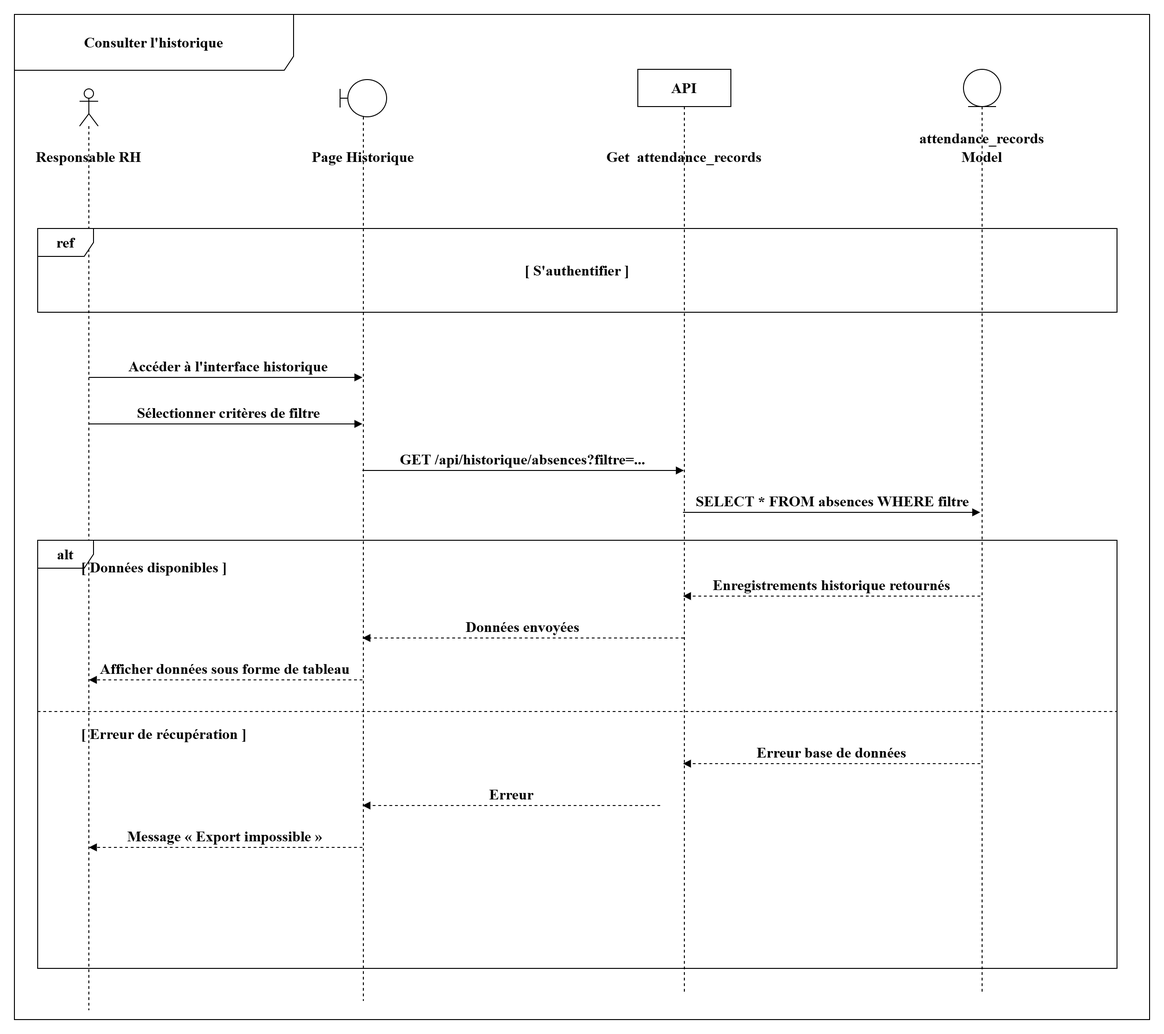
Before: projet/images/digf/ss4/ch.drawio.png, a diagram exported from draw.io (louu7895/pfe). Source tidied: cells renumbered, new cells last; positions are measured from the earlier drawing's top-left corner, leaving out a move shared by most shapes.
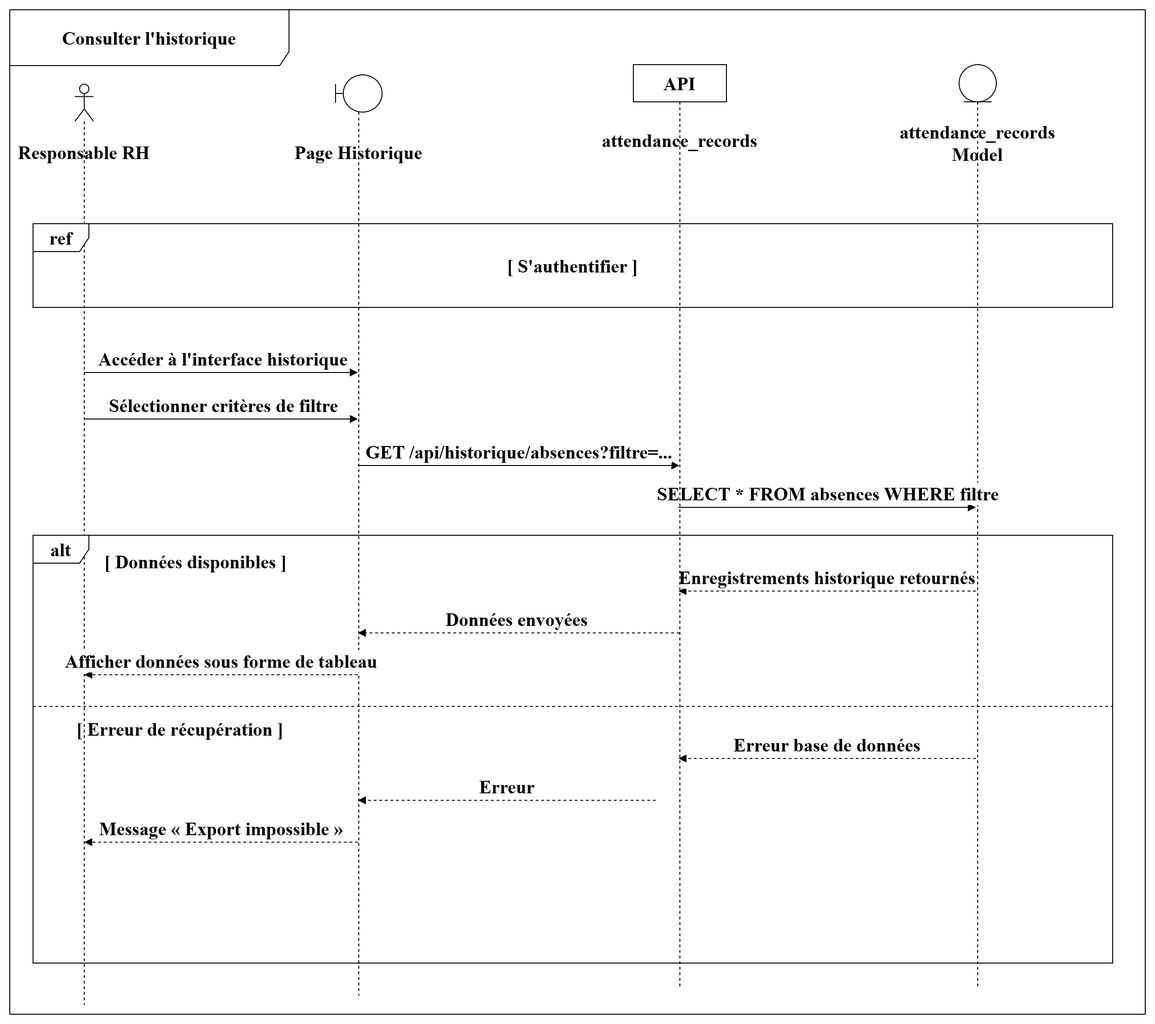
The same diagram one commit later.

Diff of the diagram source:
```diff
@@ -2,109 +2,109 @@
   <root>
     <mxCell id="0" />
     <mxCell id="1" parent="0" />
-    <mxCell id="2" style="shape=umlLifeline;perimeter=lifelinePerimeter;whiteSpace=wrap;html=1;participant=umlActor;fontSize=16;fontFamily=Times New Roman;fontStyle=1;" parent="1" vertex="1">
+    <mxCell id="2" style="shape=umlLifeline;perimeter=lifelinePerimeter;whiteSpace=wrap;html=1;participant=umlActor;fontSize=20;fontFamily=Times New Roman;fontStyle=1;" parent="1" vertex="1">
       <mxGeometry x="70" y="80" width="20" height="990" as="geometry" />
     </mxCell>
-    <mxCell id="3" style="shape=umlLifeline;perimeter=lifelinePerimeter;whiteSpace=wrap;html=1;participant=umlBoundary;fontSize=16;fontFamily=Times New Roman;fontStyle=1;" parent="1" vertex="1">
+    <mxCell id="3" style="shape=umlLifeline;perimeter=lifelinePerimeter;whiteSpace=wrap;html=1;participant=umlBoundary;fontSize=20;fontFamily=Times New Roman;fontStyle=1;" parent="1" vertex="1">
       <mxGeometry x="350" y="70" width="50" height="990" as="geometry" />
     </mxCell>
-    <mxCell id="4" style="shape=umlLifeline;perimeter=lifelinePerimeter;whiteSpace=wrap;html=1;participant=umlEntity;fontSize=16;fontFamily=Times New Roman;fontStyle=1;" parent="1" vertex="1">
+    <mxCell id="4" style="shape=umlLifeline;perimeter=lifelinePerimeter;whiteSpace=wrap;html=1;participant=umlEntity;fontSize=20;fontFamily=Times New Roman;fontStyle=1;" parent="1" vertex="1">
       <mxGeometry x="1020" y="59" width="40" height="991" as="geometry" />
     </mxCell>
-    <mxCell id="5" value="Responsable RH" style="text;html=1;whiteSpace=wrap;strokeColor=none;fillColor=none;align=center;verticalAlign=middle;rounded=0;fontSize=16;fontStyle=1;fontFamily=Times New Roman;" parent="1" vertex="1">
+    <mxCell id="5" value="Responsable RH" style="text;html=1;whiteSpace=wrap;strokeColor=none;fillColor=none;align=center;verticalAlign=middle;rounded=0;fontSize=20;fontStyle=1;fontFamily=Times New Roman;" parent="1" vertex="1">
       <mxGeometry y="140" width="160" height="25" as="geometry" />
     </mxCell>
-    <mxCell id="6" value="Page Historique" style="text;html=1;whiteSpace=wrap;strokeColor=none;fillColor=none;align=center;verticalAlign=middle;rounded=0;fontSize=16;fontStyle=1;fontFamily=Times New Roman;" parent="1" vertex="1">
+    <mxCell id="6" value="Page Historique" style="text;html=1;whiteSpace=wrap;strokeColor=none;fillColor=none;align=center;verticalAlign=middle;rounded=0;fontSize=20;fontStyle=1;fontFamily=Times New Roman;" parent="1" vertex="1">
       <mxGeometry x="255" y="140" width="240" height="25" as="geometry" />
     </mxCell>
-    <mxCell id="7" value="Get&amp;nbsp;&amp;nbsp;attendance_records" style="text;html=1;whiteSpace=wrap;strokeColor=none;fillColor=none;align=center;verticalAlign=middle;rounded=0;fontSize=16;fontStyle=1;fontFamily=Times New Roman;" parent="1" vertex="1">
-      <mxGeometry x="660" y="140" width="120" height="25" as="geometry" />
+    <mxCell id="7" value="&amp;nbsp; attendance_records" style="text;html=1;whiteSpace=wrap;strokeColor=none;fillColor=none;align=center;verticalAlign=middle;rounded=0;fontSize=20;fontStyle=1;fontFamily=Times New Roman;" parent="1" vertex="1">
+      <mxGeometry x="660" y="115" width="120" height="25" as="geometry" />
     </mxCell>
-    <mxCell id="8" value="attendance_records Model" style="text;html=1;whiteSpace=wrap;strokeColor=none;fillColor=none;align=center;verticalAlign=middle;rounded=0;fontSize=16;fontStyle=1;fontFamily=Times New Roman;" parent="1" vertex="1">
+    <mxCell id="8" value="attendance_records Model" style="text;html=1;whiteSpace=wrap;strokeColor=none;fillColor=none;align=center;verticalAlign=middle;rounded=0;fontSize=20;fontStyle=1;fontFamily=Times New Roman;" parent="1" vertex="1">
       <mxGeometry x="955" y="130" width="170" height="25" as="geometry" />
     </mxCell>
-    <mxCell id="9" value="Consulter l'historique" style="shape=umlFrame;whiteSpace=wrap;html=1;width=300;height=60;fontSize=16;fontFamily=Times New Roman;fontStyle=1;" parent="1" vertex="1">
+    <mxCell id="9" value="Consulter l'historique" style="shape=umlFrame;whiteSpace=wrap;html=1;width=300;height=60;fontSize=20;fontFamily=Times New Roman;fontStyle=1;" parent="1" vertex="1">
       <mxGeometry width="1220" height="1080" as="geometry" />
     </mxCell>
-    <mxCell id="10" value="ref" style="shape=umlFrame;whiteSpace=wrap;html=1;fontSize=16;fontFamily=Times New Roman;fontStyle=1;" parent="1" vertex="1">
+    <mxCell id="10" value="ref" style="shape=umlFrame;whiteSpace=wrap;html=1;fontSize=20;fontFamily=Times New Roman;fontStyle=1;" parent="1" vertex="1">
       <mxGeometry x="25" y="230" width="1160" height="90" as="geometry" />
     </mxCell>
-    <mxCell id="11" value="[ S'authentifier ]" style="text;html=1;whiteSpace=wrap;strokeColor=none;fillColor=none;align=center;verticalAlign=middle;rounded=0;fontSize=16;fontStyle=1;fontFamily=Times New Roman;" parent="1" vertex="1">
+    <mxCell id="11" value="[ S'authentifier ]" style="text;html=1;whiteSpace=wrap;strokeColor=none;fillColor=none;align=center;verticalAlign=middle;rounded=0;fontSize=20;fontStyle=1;fontFamily=Times New Roman;" parent="1" vertex="1">
       <mxGeometry x="505" y="260" width="200" height="30" as="geometry" />
     </mxCell>
-    <mxCell id="12" value="&amp;nbsp;Accéder à l'interface historique" style="html=1;verticalAlign=bottom;endArrow=block;curved=0;rounded=0;fontSize=16;fontFamily=Times New Roman;fontStyle=1;" parent="1" edge="1">
+    <mxCell id="12" value="&amp;nbsp;Accéder à l'interface historique" style="html=1;verticalAlign=bottom;endArrow=block;curved=0;rounded=0;fontSize=20;fontFamily=Times New Roman;fontStyle=1;" parent="1" edge="1">
       <mxGeometry relative="1" as="geometry">
         <mxPoint x="80" y="390" as="sourcePoint" />
         <mxPoint x="374" y="390" as="targetPoint" />
       </mxGeometry>
     </mxCell>
-    <mxCell id="13" value="&amp;nbsp;Sélectionner critères de filtre" style="html=1;verticalAlign=bottom;endArrow=block;curved=0;rounded=0;fontSize=16;fontFamily=Times New Roman;fontStyle=1;" parent="1" edge="1">
+    <mxCell id="13" value="&amp;nbsp;Sélectionner critères de filtre" style="html=1;verticalAlign=bottom;endArrow=block;curved=0;rounded=0;fontSize=20;fontFamily=Times New Roman;fontStyle=1;" parent="1" edge="1">
       <mxGeometry relative="1" as="geometry">
         <mxPoint x="80" y="440" as="sourcePoint" />
         <mxPoint x="374" y="440" as="targetPoint" />
       </mxGeometry>
     </mxCell>
-    <mxCell id="14" value="GET /api/historique/absences?filtre=..." style="html=1;verticalAlign=bottom;endArrow=block;curved=0;rounded=0;fontSize=16;fontFamily=Times New Roman;fontStyle=1;" parent="1" edge="1">
+    <mxCell id="14" value="GET /api/historique/absences?filtre=..." style="html=1;verticalAlign=bottom;endArrow=block;curved=0;rounded=0;fontSize=20;fontFamily=Times New Roman;fontStyle=1;" parent="1" edge="1">
       <mxGeometry relative="1" as="geometry">
         <mxPoint x="374" y="490" as="sourcePoint" />
         <mxPoint x="719.5" y="490" as="targetPoint" />
       </mxGeometry>
     </mxCell>
-    <mxCell id="15" value="SELECT * FROM absences WHERE filtre" style="html=1;verticalAlign=bottom;endArrow=block;curved=0;rounded=0;fontSize=16;fontFamily=Times New Roman;fontStyle=1;" parent="1" edge="1">
+    <mxCell id="15" value="SELECT * FROM absences WHERE filtre" style="html=1;verticalAlign=bottom;endArrow=block;curved=0;rounded=0;fontSize=20;fontFamily=Times New Roman;fontStyle=1;" parent="1" edge="1">
       <mxGeometry relative="1" as="geometry">
         <mxPoint x="718.5" y="535" as="sourcePoint" />
         <mxPoint x="1038" y="535" as="targetPoint" />
       </mxGeometry>
     </mxCell>
-    <mxCell id="16" value="alt" style="shape=umlFrame;whiteSpace=wrap;html=1;fontSize=16;fontFamily=Times New Roman;fontStyle=1;" parent="1" vertex="1">
+    <mxCell id="16" value="alt" style="shape=umlFrame;whiteSpace=wrap;html=1;fontSize=20;fontFamily=Times New Roman;fontStyle=1;" parent="1" vertex="1">
       <mxGeometry x="25" y="565" width="1160" height="460" as="geometry" />
     </mxCell>
-    <mxCell id="17" value="[ Données disponibles ]" style="text;html=1;whiteSpace=wrap;strokeColor=none;fillColor=none;align=left;verticalAlign=middle;rounded=0;fontSize=16;fontStyle=1;fontFamily=Times New Roman;" parent="1" vertex="1">
-      <mxGeometry x="70" y="581" width="240" height="25" as="geometry" />
+    <mxCell id="17" value="[ Données disponibles ]" style="text;html=1;whiteSpace=wrap;strokeColor=none;fillColor=none;align=left;verticalAlign=middle;rounded=0;fontSize=20;fontStyle=1;fontFamily=Times New Roman;" parent="1" vertex="1">
+      <mxGeometry x="100" y="580" width="240" height="25" as="geometry" />
     </mxCell>
-    <mxCell id="18" value="Enregistrements historique retournés" style="html=1;verticalAlign=bottom;endArrow=block;curved=1;rounded=0;dashed=1;fontSize=16;fontFamily=Times New Roman;fontStyle=1;" parent="1" edge="1">
+    <mxCell id="18" value="Enregistrements historique retournés" style="html=1;verticalAlign=bottom;endArrow=block;curved=1;rounded=0;dashed=1;fontSize=20;fontFamily=Times New Roman;fontStyle=1;" parent="1" edge="1">
       <mxGeometry relative="1" as="geometry">
         <mxPoint x="1038" y="625" as="sourcePoint" />
         <mxPoint x="718.5" y="625" as="targetPoint" />
       </mxGeometry>
     </mxCell>
-    <mxCell id="19" value="Données envoyées&amp;nbsp;" style="html=1;verticalAlign=bottom;endArrow=block;curved=1;rounded=0;dashed=1;fontSize=16;fontFamily=Times New Roman;fontStyle=1;" parent="1" edge="1">
+    <mxCell id="19" value="Données envoyées&amp;nbsp;" style="html=1;verticalAlign=bottom;endArrow=block;curved=1;rounded=0;dashed=1;fontSize=20;fontFamily=Times New Roman;fontStyle=1;" parent="1" edge="1">
       <mxGeometry relative="1" as="geometry">
         <mxPoint x="719.5" y="670" as="sourcePoint" />
         <mxPoint x="374" y="670" as="targetPoint" />
       </mxGeometry>
     </mxCell>
-    <mxCell id="20" value="Afficher données sous forme de tableau" style="html=1;verticalAlign=bottom;endArrow=block;curved=1;rounded=0;dashed=1;fontSize=16;fontFamily=Times New Roman;fontStyle=1;" parent="1" edge="1">
+    <mxCell id="20" value="Afficher données sous forme de tableau" style="html=1;verticalAlign=bottom;endArrow=block;curved=1;rounded=0;dashed=1;fontSize=20;fontFamily=Times New Roman;fontStyle=1;" parent="1" edge="1">
       <mxGeometry relative="1" as="geometry">
         <mxPoint x="374" y="715" as="sourcePoint" />
         <mxPoint x="80" y="715" as="targetPoint" />
       </mxGeometry>
     </mxCell>
-    <mxCell id="21" style="line;strokeWidth=1;fillColor=none;dashed=1;fontSize=16;fontFamily=Times New Roman;fontStyle=1;" parent="1" vertex="1">
+    <mxCell id="21" style="line;strokeWidth=1;fillColor=none;dashed=1;fontSize=20;fontFamily=Times New Roman;fontStyle=1;" parent="1" vertex="1">
       <mxGeometry x="25" y="745" width="1160" height="8" as="geometry" />
     </mxCell>
-    <mxCell id="22" value="[ Erreur de récupération ]" style="text;html=1;whiteSpace=wrap;strokeColor=none;fillColor=none;align=left;verticalAlign=middle;rounded=0;fontSize=16;fontStyle=1;fontFamily=Times New Roman;" parent="1" vertex="1">
+    <mxCell id="22" value="[ Erreur de récupération ]" style="text;html=1;whiteSpace=wrap;strokeColor=none;fillColor=none;align=left;verticalAlign=middle;rounded=0;fontSize=20;fontStyle=1;fontFamily=Times New Roman;" parent="1" vertex="1">
       <mxGeometry x="70" y="760" width="260" height="25" as="geometry" />
     </mxCell>
-    <mxCell id="23" value="Erreur base de données" style="html=1;verticalAlign=bottom;endArrow=block;curved=1;rounded=0;dashed=1;fontSize=16;fontFamily=Times New Roman;fontStyle=1;" parent="1" edge="1">
+    <mxCell id="23" value="Erreur base de données" style="html=1;verticalAlign=bottom;endArrow=block;curved=1;rounded=0;dashed=1;fontSize=20;fontFamily=Times New Roman;fontStyle=1;" parent="1" edge="1">
       <mxGeometry relative="1" as="geometry">
         <mxPoint x="1038" y="805" as="sourcePoint" />
         <mxPoint x="718.5" y="805" as="targetPoint" />
       </mxGeometry>
     </mxCell>
-    <mxCell id="24" value="Erreur" style="html=1;verticalAlign=bottom;endArrow=block;curved=1;rounded=0;dashed=1;fontSize=16;fontFamily=Times New Roman;fontStyle=1;" parent="1" edge="1">
+    <mxCell id="24" value="Erreur" style="html=1;verticalAlign=bottom;endArrow=block;curved=1;rounded=0;dashed=1;fontSize=20;fontFamily=Times New Roman;fontStyle=1;" parent="1" edge="1">
       <mxGeometry relative="1" as="geometry">
         <mxPoint x="694" y="850" as="sourcePoint" />
         <mxPoint x="374" y="850" as="targetPoint" />
       </mxGeometry>
     </mxCell>
-    <mxCell id="25" value="Message « Export impossible »" style="html=1;verticalAlign=bottom;endArrow=block;curved=1;rounded=0;dashed=1;fontSize=16;fontFamily=Times New Roman;fontStyle=1;" parent="1" edge="1">
+    <mxCell id="25" value="Message « Export impossible »" style="html=1;verticalAlign=bottom;endArrow=block;curved=1;rounded=0;dashed=1;fontSize=20;fontFamily=Times New Roman;fontStyle=1;" parent="1" edge="1">
       <mxGeometry relative="1" as="geometry">
         <mxPoint x="374" y="895" as="sourcePoint" />
         <mxPoint x="80" y="895" as="targetPoint" />
       </mxGeometry>
     </mxCell>
-    <mxCell id="26" value="&lt;span style=&quot;font-family: &amp;quot;Times New Roman&amp;quot;;&quot;&gt;API&lt;/span&gt;" style="shape=umlLifeline;perimeter=lifelinePerimeter;whiteSpace=wrap;html=1;newEdgeStyle={&quot;curved&quot;:0,&quot;rounded&quot;:0};fontStyle=1;fontSize=16;" parent="1" vertex="1">
+    <mxCell id="26" value="&lt;span style=&quot;font-family: &amp;quot;Times New Roman&amp;quot;;&quot;&gt;API&lt;/span&gt;" style="shape=umlLifeline;perimeter=lifelinePerimeter;whiteSpace=wrap;html=1;newEdgeStyle={&quot;curved&quot;:0,&quot;rounded&quot;:0};fontStyle=1;fontSize=20;" parent="1" vertex="1">
       <mxGeometry x="670" y="59" width="100" height="991" as="geometry" />
     </mxCell>
   </root>
```
